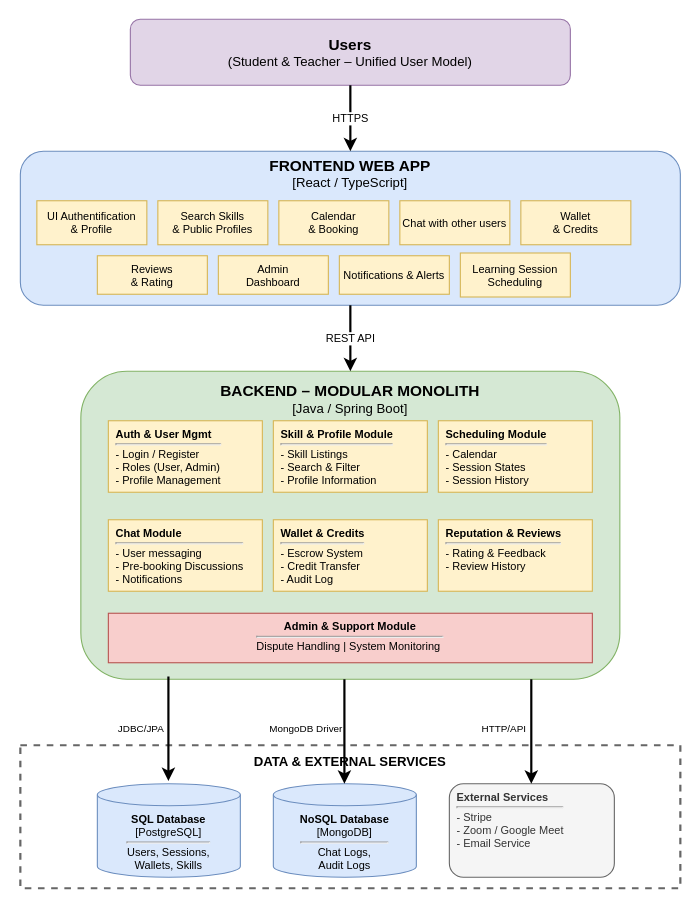
Above: General Diagram.drawio in snichita817/SkillForge (draw.io), before the change. Source tidied: cells renumbered, new cells numbered last; positions are measured from the earlier drawing's top-left corner, leaving out a move shared by most shapes. Both pictures are drawn from the tidied source at 110%, with x=0, y=0 at pixel (20, 19).
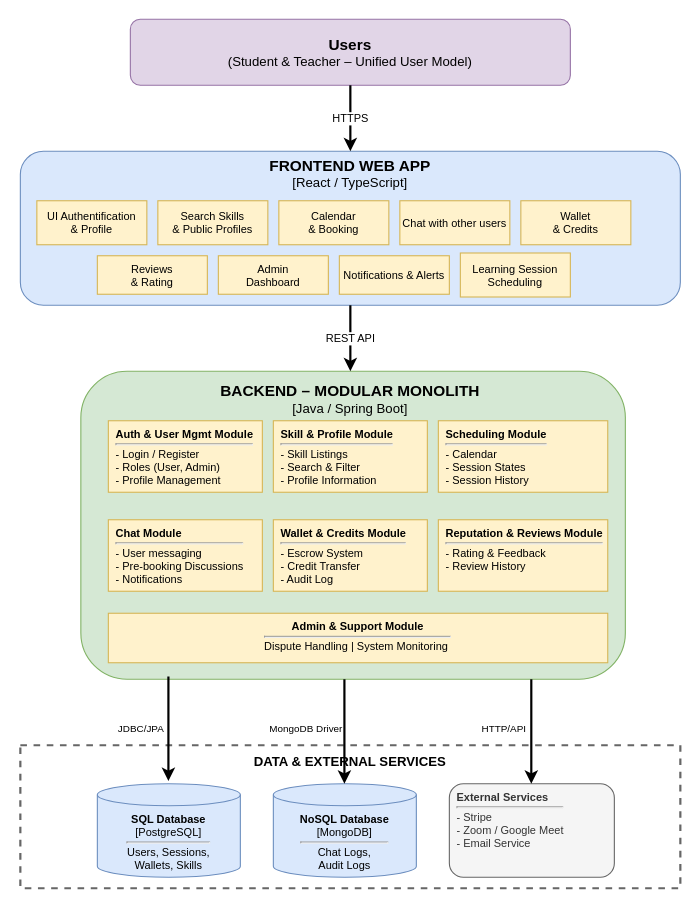
After the change.

Change to the diagram source:
```diff
@@
     <mxCell id="13" style="rounded=1;whiteSpace=wrap;html=1;fillColor=#d5e8d4;strokeColor=#82b366;verticalAlign=top;fontSize=12;" parent="1" vertex="1">
-      <mxGeometry x="55" y="320" width="490" height="280" as="geometry" />
+      <mxGeometry x="55" y="320" width="495" height="280" as="geometry" />
     </mxCell>
@@
-    <mxCell id="15" value="&lt;b&gt;Auth &amp;amp; User Mgmt&lt;/b&gt;&lt;hr style=&quot;margin: 2px 0;&quot;&gt;- Login / Register&lt;br&gt;- Roles (User, Admin)&lt;br&gt;- Profile Management" style="rounded=0;whiteSpace=wrap;html=1;fillColor=#fff2cc;strokeColor=#d6b656;fontSize=10;align=left;spacingLeft=5;verticalAlign=top;" parent="1" vertex="1">
+    <mxCell id="15" value="&lt;b&gt;Auth &amp;amp; User Mgmt Module&lt;/b&gt;&lt;hr style=&quot;margin: 2px 0;&quot;&gt;- Login / Register&lt;br&gt;- Roles (User, Admin)&lt;br&gt;- Profile Management" style="rounded=0;whiteSpace=wrap;html=1;fillColor=#fff2cc;strokeColor=#d6b656;fontSize=10;align=left;spacingLeft=5;verticalAlign=top;" parent="1" vertex="1">
       <mxGeometry x="80" y="365" width="140" height="65" as="geometry" />
     </mxCell>
@@
     <mxCell id="17" value="&lt;b&gt;Scheduling Module&lt;/b&gt;&lt;hr style=&quot;margin: 2px 0;&quot;&gt;- Calendar&lt;br&gt;- Session States&lt;div&gt;- Session History&lt;/div&gt;" style="rounded=0;whiteSpace=wrap;html=1;fillColor=#fff2cc;strokeColor=#d6b656;fontSize=10;align=left;spacingLeft=5;verticalAlign=top;" parent="1" vertex="1">
-      <mxGeometry x="380" y="365" width="140" height="65" as="geometry" />
+      <mxGeometry x="380" y="365" width="154" height="65" as="geometry" />
     </mxCell>
@@
-    <mxCell id="19" value="&lt;b&gt;Wallet &amp;amp; Credits&lt;/b&gt;&lt;hr style=&quot;margin: 2px 0;&quot;&gt;- Escrow System&lt;br&gt;- Credit Transfer&lt;br&gt;- Audit Log" style="rounded=0;whiteSpace=wrap;html=1;fillColor=#fff2cc;strokeColor=#d6b656;fontSize=10;align=left;spacingLeft=5;verticalAlign=top;" parent="1" vertex="1">
+    <mxCell id="19" value="&lt;b&gt;Wallet &amp;amp; Credits Module&lt;/b&gt;&lt;hr style=&quot;margin: 2px 0;&quot;&gt;- Escrow System&lt;br&gt;- Credit Transfer&lt;br&gt;- Audit Log" style="rounded=0;whiteSpace=wrap;html=1;fillColor=#fff2cc;strokeColor=#d6b656;fontSize=10;align=left;spacingLeft=5;verticalAlign=top;" parent="1" vertex="1">
       <mxGeometry x="230" y="455" width="140" height="65" as="geometry" />
     </mxCell>
-    <mxCell id="20" value="&lt;b&gt;Reputation &amp;amp; Reviews&lt;/b&gt;&lt;hr style=&quot;margin: 2px 0;&quot;&gt;- Rating &amp;amp; Feedback&lt;br&gt;- Review History" style="rounded=0;whiteSpace=wrap;html=1;fillColor=#fff2cc;strokeColor=#d6b656;fontSize=10;align=left;spacingLeft=5;verticalAlign=top;" parent="1" vertex="1">
-      <mxGeometry x="380" y="455" width="140" height="65" as="geometry" />
+    <mxCell id="20" value="&lt;b&gt;Reputation &amp;amp; Reviews Module&lt;/b&gt;&lt;hr style=&quot;margin: 2px 0;&quot;&gt;- Rating &amp;amp; Feedback&lt;br&gt;- Review History" style="rounded=0;whiteSpace=wrap;html=1;fillColor=#fff2cc;strokeColor=#d6b656;fontSize=10;align=left;spacingLeft=5;verticalAlign=top;" parent="1" vertex="1">
+      <mxGeometry x="380" y="455" width="154" height="65" as="geometry" />
     </mxCell>
-    <mxCell id="21" value="&lt;b&gt;Admin &amp;amp; Support Module&lt;/b&gt;&lt;hr style=&quot;margin: 2px 0;&quot;&gt;Dispute Handling  |  System Monitoring&amp;nbsp;" style="rounded=0;whiteSpace=wrap;html=1;fillColor=#f8cecc;strokeColor=#b85450;fontSize=10;align=center;verticalAlign=top;" parent="1" vertex="1">
-      <mxGeometry x="80" y="540" width="440" height="45" as="geometry" />
+    <mxCell id="21" value="&lt;b&gt;Admin &amp;amp; Support Module&lt;/b&gt;&lt;hr style=&quot;margin: 2px 0;&quot;&gt;Dispute Handling  |  System Monitoring&amp;nbsp;" style="rounded=0;whiteSpace=wrap;html=1;fillColor=#fff2cc;strokeColor=#d6b656;fontSize=10;align=center;verticalAlign=top;" parent="1" vertex="1">
+      <mxGeometry x="80" y="540" width="454" height="45" as="geometry" />
     </mxCell>
```
